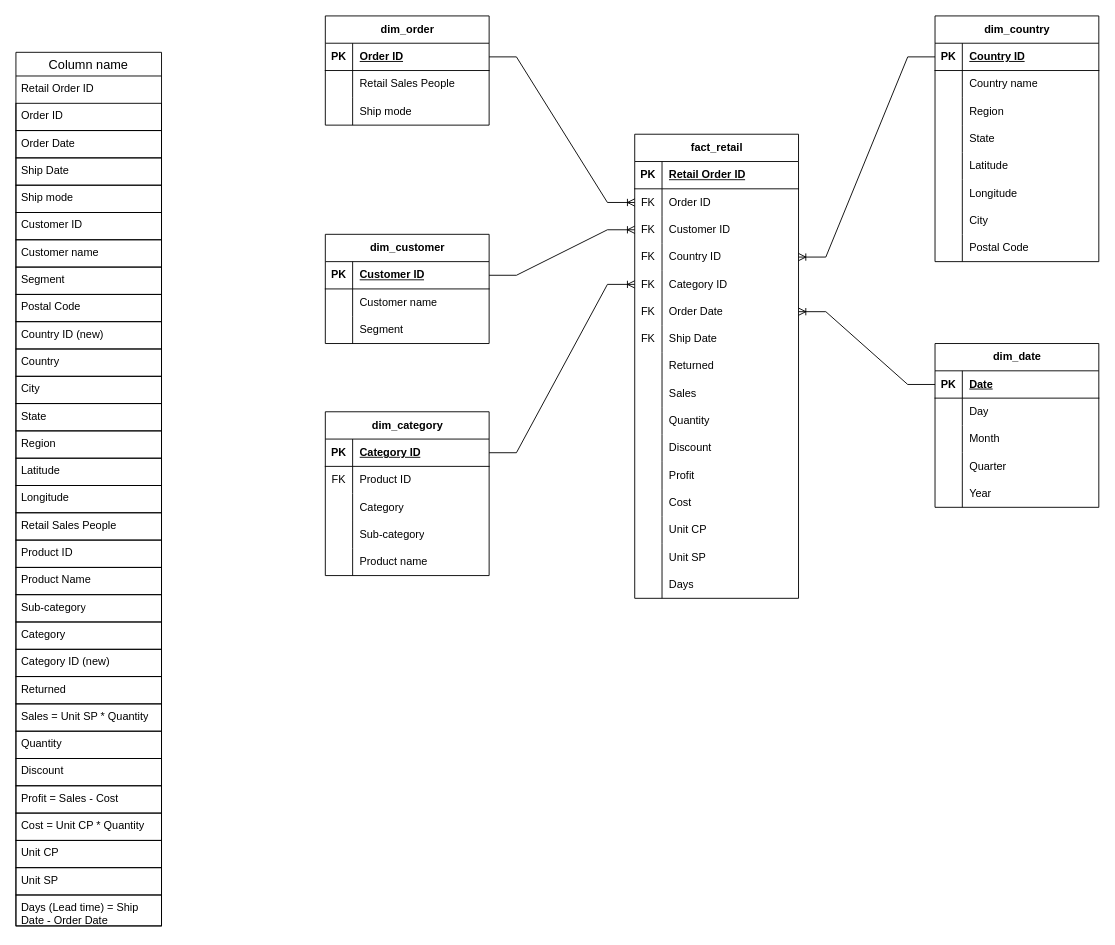
Before: Supply Chain & Sales performance/Data schema.drawio in leduckie/supplychainproject, a draw.io diagram. Source tidied: cells renumbered, new cells numbered last; positions are measured from the earlier drawing's top-left corner, leaving out a move shared by most shapes. Both pictures are drawn from the tidied source at 91%, with x=0, y=0 at pixel (15, 15).
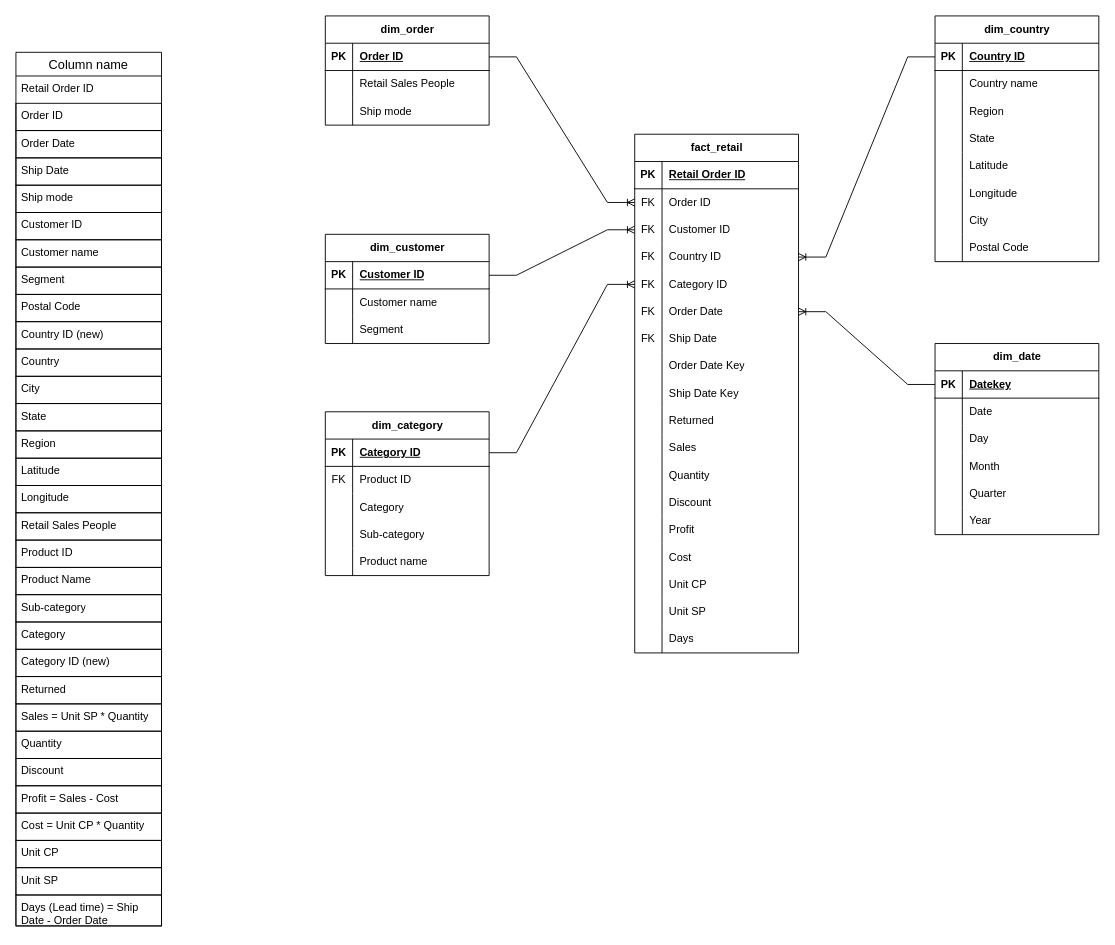
Above is the later version.

Commit message:
Cập nhật Data schema.drawio

The change refers to these unchanged cells:
```xml
<mxCell id="145" style="shape=tableRow;horizontal=0;startSize=0;swimlaneHead=0;swimlaneBody=0;fillColor=none;points=[[0,0.5],[1,0.5]];portConstraint=eastwest;top=0;left=0;right=0;bottom=1;" parent="144" vertex="1">
  <mxGeometry y="30" width="180" height="30" as="geometry" />
</mxCell>
```

Change to the diagram source:
```diff
@@
     <mxCell id="34" value="fact_retail" style="shape=table;startSize=30;childLayout=tableLayout;rowLines=0;fontStyle=1;align=center;html=1;" parent="1" vertex="1">
-      <mxGeometry x="680" y="130" width="180" height="510" as="geometry" />
+      <mxGeometry x="680" y="130" width="180" height="570" as="geometry" />
     </mxCell>
@@
+    <mxCell id="165" style="shape=tableRow;horizontal=0;startSize=0;swimlaneHead=0;swimlaneBody=0;fillColor=none;top=0;left=0;right=0;bottom=0;" parent="34" vertex="1">
+      <mxGeometry y="240" width="180" height="30" as="geometry" />
+    </mxCell>
+    <mxCell id="166" style="shape=partialRectangle;fillColor=none;top=0;left=0;bottom=0;right=0;overflow=hidden;whiteSpace=wrap;html=1;" parent="165" vertex="1">
+      <mxGeometry width="30" height="30" as="geometry" />
+    </mxCell>
+    <mxCell id="167" value="Order Date Key" style="shape=partialRectangle;fillColor=none;top=0;left=0;bottom=0;right=0;align=left;spacingLeft=6;overflow=hidden;whiteSpace=wrap;html=1;" parent="165" vertex="1">
+      <mxGeometry x="30" width="150" height="30" as="geometry" />
+    </mxCell>
+    <mxCell id="168" style="shape=tableRow;horizontal=0;startSize=0;swimlaneHead=0;swimlaneBody=0;fillColor=none;top=0;left=0;right=0;bottom=0;" parent="34" vertex="1">
+      <mxGeometry y="270" width="180" height="30" as="geometry" />
+    </mxCell>
+    <mxCell id="169" style="shape=partialRectangle;fillColor=none;top=0;left=0;bottom=0;right=0;overflow=hidden;whiteSpace=wrap;html=1;" parent="168" vertex="1">
+      <mxGeometry width="30" height="30" as="geometry" />
+    </mxCell>
+    <mxCell id="170" value="Ship Date Key" style="shape=partialRectangle;fillColor=none;top=0;left=0;bottom=0;right=0;align=left;spacingLeft=6;overflow=hidden;whiteSpace=wrap;html=1;" parent="168" vertex="1">
+      <mxGeometry x="30" width="150" height="30" as="geometry" />
+    </mxCell>
     <mxCell id="56" style="shape=tableRow;horizontal=0;startSize=0;swimlaneHead=0;swimlaneBody=0;fillColor=none;top=0;left=0;right=0;bottom=0;" parent="34" vertex="1">
-      <mxGeometry y="240" width="180" height="30" as="geometry" />
+      <mxGeometry y="300" width="180" height="30" as="geometry" />
     </mxCell>
@@
     <mxCell id="59" style="shape=tableRow;horizontal=0;startSize=0;swimlaneHead=0;swimlaneBody=0;fillColor=none;top=0;left=0;right=0;bottom=0;" parent="34" vertex="1">
-      <mxGeometry y="270" width="180" height="30" as="geometry" />
+      <mxGeometry y="330" width="180" height="30" as="geometry" />
     </mxCell>
@@
     <mxCell id="62" style="shape=tableRow;horizontal=0;startSize=0;swimlaneHead=0;swimlaneBody=0;fillColor=none;top=0;left=0;right=0;bottom=0;" parent="34" vertex="1">
-      <mxGeometry y="300" width="180" height="30" as="geometry" />
+      <mxGeometry y="360" width="180" height="30" as="geometry" />
     </mxCell>
@@
     <mxCell id="65" style="shape=tableRow;horizontal=0;startSize=0;swimlaneHead=0;swimlaneBody=0;fillColor=none;top=0;left=0;right=0;bottom=0;" parent="34" vertex="1">
-      <mxGeometry y="330" width="180" height="30" as="geometry" />
+      <mxGeometry y="390" width="180" height="30" as="geometry" />
     </mxCell>
@@
     <mxCell id="68" style="shape=tableRow;horizontal=0;startSize=0;swimlaneHead=0;swimlaneBody=0;fillColor=none;top=0;left=0;right=0;bottom=0;" parent="34" vertex="1">
-      <mxGeometry y="360" width="180" height="30" as="geometry" />
+      <mxGeometry y="420" width="180" height="30" as="geometry" />
     </mxCell>
@@
     <mxCell id="71" style="shape=tableRow;horizontal=0;startSize=0;swimlaneHead=0;swimlaneBody=0;fillColor=none;top=0;left=0;right=0;bottom=0;" parent="34" vertex="1">
-      <mxGeometry y="390" width="180" height="30" as="geometry" />
+      <mxGeometry y="450" width="180" height="30" as="geometry" />
     </mxCell>
@@
     <mxCell id="74" style="shape=tableRow;horizontal=0;startSize=0;swimlaneHead=0;swimlaneBody=0;fillColor=none;top=0;left=0;right=0;bottom=0;" parent="34" vertex="1">
-      <mxGeometry y="420" width="180" height="30" as="geometry" />
+      <mxGeometry y="480" width="180" height="30" as="geometry" />
     </mxCell>
@@
     <mxCell id="77" style="shape=tableRow;horizontal=0;startSize=0;swimlaneHead=0;swimlaneBody=0;fillColor=none;top=0;left=0;right=0;bottom=0;" parent="34" vertex="1">
-      <mxGeometry y="450" width="180" height="30" as="geometry" />
+      <mxGeometry y="510" width="180" height="30" as="geometry" />
     </mxCell>
@@
     <mxCell id="80" style="shape=tableRow;horizontal=0;startSize=0;swimlaneHead=0;swimlaneBody=0;fillColor=none;top=0;left=0;right=0;bottom=0;" parent="34" vertex="1">
-      <mxGeometry y="480" width="180" height="30" as="geometry" />
+      <mxGeometry y="540" width="180" height="30" as="geometry" />
     </mxCell>
@@
     <mxCell id="144" value="dim_date" style="shape=table;startSize=30;childLayout=tableLayout;rowLines=0;fontStyle=1;align=center;html=1;" parent="1" vertex="1">
-      <mxGeometry x="1010" y="360" width="180" height="180" as="geometry" />
+      <mxGeometry x="1010" y="360" width="180" height="210" as="geometry" />
     </mxCell>
@@
-    <mxCell id="147" value="Date" style="shape=partialRectangle;fillColor=none;top=0;left=0;bottom=0;right=0;align=left;spacingLeft=6;fontStyle=5;overflow=hidden;whiteSpace=wrap;html=1;" parent="145" vertex="1">
+    <mxCell id="147" value="Datekey" style="shape=partialRectangle;fillColor=none;top=0;left=0;bottom=0;right=0;align=left;spacingLeft=6;fontStyle=5;overflow=hidden;whiteSpace=wrap;html=1;" parent="145" vertex="1">
       <mxGeometry x="30" width="150" height="30" as="geometry" />
     </mxCell>
+    <mxCell id="171" style="shape=tableRow;horizontal=0;startSize=0;swimlaneHead=0;swimlaneBody=0;fillColor=none;top=0;left=0;right=0;bottom=0;" parent="144" vertex="1">
+      <mxGeometry y="60" width="180" height="30" as="geometry" />
+    </mxCell>
+    <mxCell id="172" style="shape=partialRectangle;fillColor=none;top=0;left=0;bottom=0;right=0;overflow=hidden;whiteSpace=wrap;html=1;" parent="171" vertex="1">
+      <mxGeometry width="30" height="30" as="geometry" />
+    </mxCell>
+    <mxCell id="173" value="Date" style="shape=partialRectangle;fillColor=none;top=0;left=0;bottom=0;right=0;align=left;spacingLeft=6;overflow=hidden;whiteSpace=wrap;html=1;" parent="171" vertex="1">
+      <mxGeometry x="30" width="150" height="30" as="geometry" />
+    </mxCell>
     <mxCell id="148" style="shape=tableRow;horizontal=0;startSize=0;swimlaneHead=0;swimlaneBody=0;fillColor=none;top=0;left=0;right=0;bottom=0;" parent="144" vertex="1">
-      <mxGeometry y="60" width="180" height="30" as="geometry" />
+      <mxGeometry y="90" width="180" height="30" as="geometry" />
     </mxCell>
@@
     <mxCell id="151" style="shape=tableRow;horizontal=0;startSize=0;swimlaneHead=0;swimlaneBody=0;fillColor=none;top=0;left=0;right=0;bottom=0;" parent="144" vertex="1">
-      <mxGeometry y="90" width="180" height="30" as="geometry" />
+      <mxGeometry y="120" width="180" height="30" as="geometry" />
     </mxCell>
@@
     <mxCell id="154" style="shape=tableRow;horizontal=0;startSize=0;swimlaneHead=0;swimlaneBody=0;fillColor=none;top=0;left=0;right=0;bottom=0;" parent="144" vertex="1">
-      <mxGeometry y="120" width="180" height="30" as="geometry" />
+      <mxGeometry y="150" width="180" height="30" as="geometry" />
     </mxCell>
@@
     <mxCell id="157" style="shape=tableRow;horizontal=0;startSize=0;swimlaneHead=0;swimlaneBody=0;fillColor=none;top=0;left=0;right=0;bottom=0;" parent="144" vertex="1">
-      <mxGeometry y="150" width="180" height="30" as="geometry" />
+      <mxGeometry y="180" width="180" height="30" as="geometry" />
     </mxCell>
```
